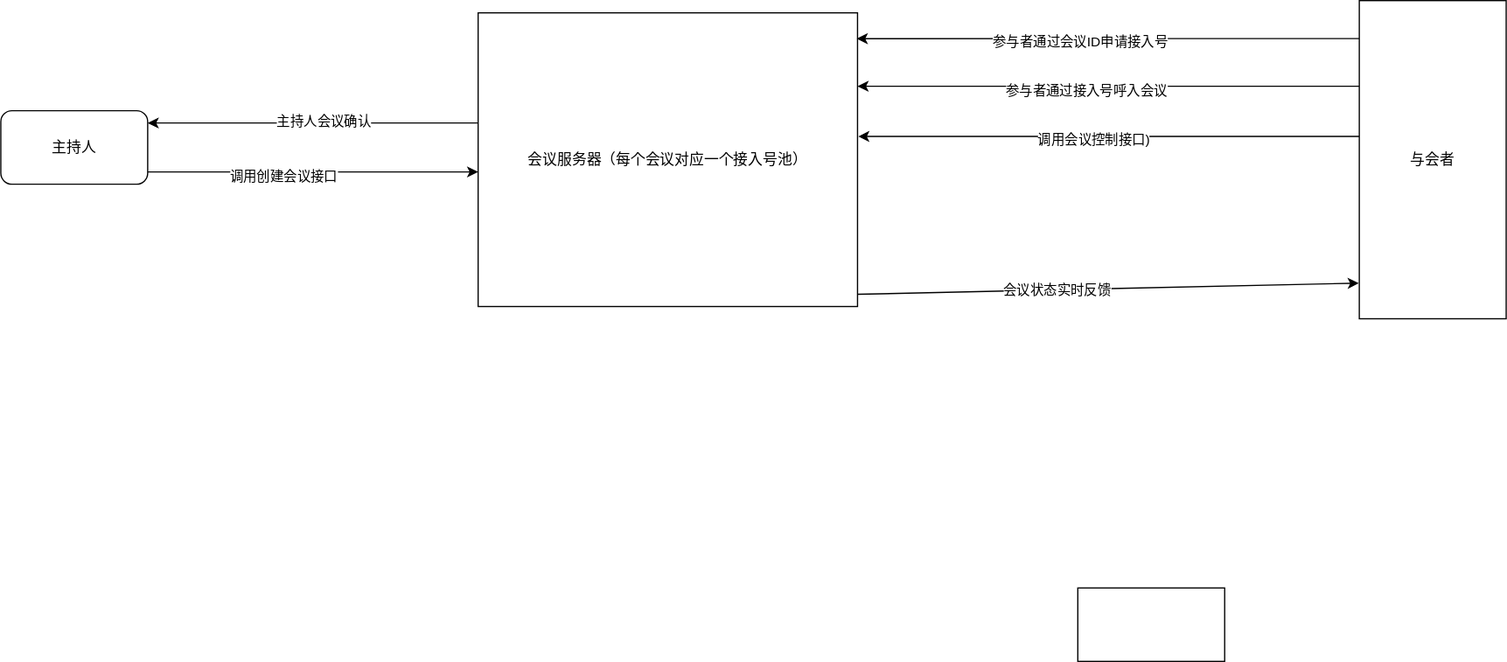
The draw.io diagram Untitled Diagram.drawio.svg in westice007/test0, before a commit. Source tidied: cells renumbered, new cells last; positions are measured from the earlier drawing's top-left corner, leaving out a move shared by most shapes.
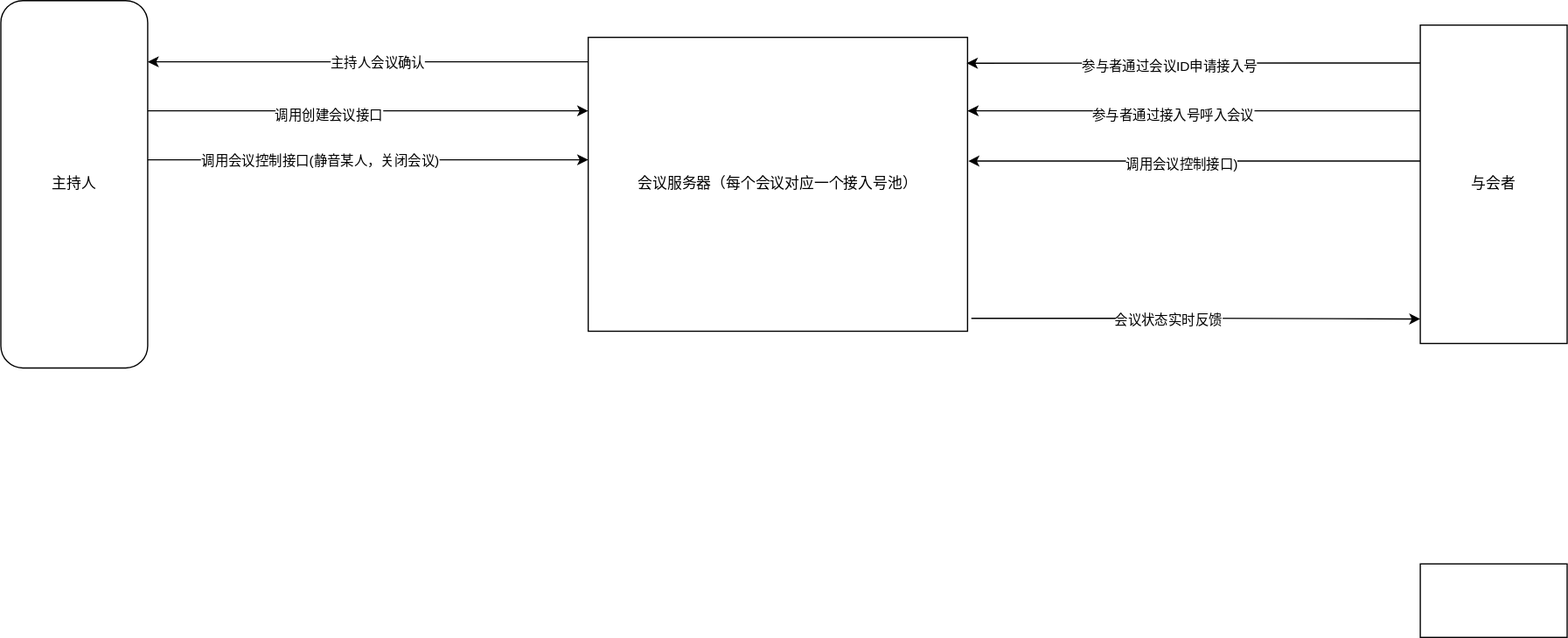
After the change.

Diff of the diagram source:
```diff
@@ -5,30 +5,51 @@
     <mxCell id="2" style="edgeStyle=orthogonalEdgeStyle;rounded=0;jettySize=auto;html=1;" parent="1" edge="1" source="4" target="7">
       <mxGeometry relative="1" as="geometry">
         <Array as="points">
-          <mxPoint x="220" y="140" />
-          <mxPoint x="220" y="140" />
+          <mxPoint x="320" y="70" />
+          <mxPoint x="320" y="70" />
         </Array>
       </mxGeometry>
     </mxCell>
     <mxCell id="3" value="调用创建会议接口" style="edgeLabel;html=1;align=center;verticalAlign=middle;" parent="2" vertex="1">
       <mxGeometry x="-0.19" y="-3" relative="1" as="geometry" />
     </mxCell>
+    <mxCell id="19" style="edgeStyle=orthogonalEdgeStyle;rounded=0;jettySize=auto;html=1;" parent="1" edge="1" source="4" target="7">
+      <mxGeometry relative="1" as="geometry">
+        <Array as="points">
+          <mxPoint x="260" y="110" />
+          <mxPoint x="260" y="110" />
+        </Array>
+      </mxGeometry>
+    </mxCell>
+    <mxCell id="20" value="调用会议控制接口(静音某人，关闭会议)" style="edgeLabel;html=1;align=center;verticalAlign=middle;" parent="19" vertex="1">
+      <mxGeometry x="-0.22" y="1" relative="1" as="geometry">
+        <mxPoint y="1" as="offset" />
+      </mxGeometry>
+    </mxCell>
     <mxCell id="4" value="主持人" style="rounded=1;whiteSpace=wrap;html=1;" parent="1" vertex="1">
-      <mxGeometry y="90" width="120" height="60" as="geometry" />
+      <mxGeometry x="-50" y="-20" width="120" height="300" as="geometry" />
     </mxCell>
     <mxCell id="5" style="edgeStyle=orthogonalEdgeStyle;rounded=0;jettySize=auto;html=1;" parent="1" edge="1" source="7" target="4">
       <mxGeometry relative="1" as="geometry">
         <Array as="points">
-          <mxPoint x="260" y="100" />
-          <mxPoint x="260" y="100" />
+          <mxPoint x="260" y="30" />
+          <mxPoint x="260" y="30" />
         </Array>
       </mxGeometry>
     </mxCell>
     <mxCell id="6" value="主持人会议确认" style="edgeLabel;html=1;align=center;verticalAlign=middle;" parent="5" vertex="1">
-      <mxGeometry x="-0.06" y="-2" relative="1" as="geometry" />
+      <mxGeometry x="-0.06" y="-2" relative="1" as="geometry">
+        <mxPoint x="-3" y="2" as="offset" />
+      </mxGeometry>
     </mxCell>
+    <mxCell id="21" style="edgeStyle=orthogonalEdgeStyle;rounded=0;jettySize=auto;html=1;entryX=0;entryY=0.923;entryDx=0;entryDy=0;entryPerimeter=0;exitX=1.01;exitY=0.956;exitDx=0;exitDy=0;exitPerimeter=0;" parent="1" edge="1" source="7" target="15">
+      <mxGeometry relative="1" as="geometry" />
+    </mxCell>
+    <mxCell id="18" value="会议状态实时反馈" style="edgeLabel;html=1;align=center;verticalAlign=middle;" parent="21" vertex="1">
+      <mxGeometry x="-0.13" y="-1" relative="1" as="geometry" />
+    </mxCell>
     <mxCell id="7" value="会议服务器（每个会议对应一个接入号池）" style="rounded=0;whiteSpace=wrap;html=1;" parent="1" vertex="1">
-      <mxGeometry x="390" y="10" width="310" height="240" as="geometry" />
+      <mxGeometry x="430" y="10" width="310" height="240" as="geometry" />
     </mxCell>
     <mxCell id="8" style="edgeStyle=orthogonalEdgeStyle;rounded=0;jettySize=auto;html=1;entryX=0.998;entryY=0.088;entryDx=0;entryDy=0;entryPerimeter=0;" parent="1" edge="1" source="15" target="7">
       <mxGeometry relative="1" as="geometry">
@@ -72,15 +93,7 @@
       <mxGeometry x="1110" width="120" height="260" as="geometry" />
     </mxCell>
     <mxCell id="16" style="rounded=0;whiteSpace=wrap;html=1;" parent="1" vertex="1">
-      <mxGeometry x="880" y="480" width="120" height="60" as="geometry" />
+      <mxGeometry x="1110" y="440" width="120" height="60" as="geometry" />
     </mxCell>
-    <mxCell id="17" style="endArrow=classic;html=1;rounded=0;entryX=-0.004;entryY=0.888;entryDx=0;entryDy=0;entryPerimeter=0;" parent="1" edge="1" target="15">
-      <mxGeometry relative="1" as="geometry">
-        <mxPoint x="700" y="240" as="sourcePoint" />
-      </mxGeometry>
-    </mxCell>
-    <mxCell id="18" value="会议状态实时反馈" style="edgeLabel;html=1;align=center;verticalAlign=middle;" parent="17" vertex="1">
-      <mxGeometry x="-0.21" relative="1" as="geometry" />
-    </mxCell>
   </root>
 </mxGraphModel>
```
